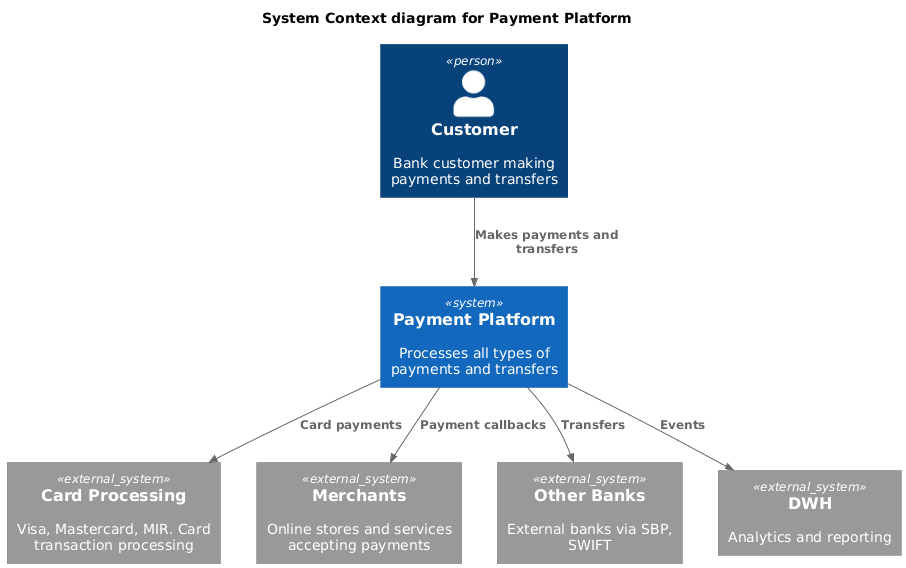
Before: diagrams/c4/c1.png, a diagram exported from PlantUML (krsvyat/system-design).
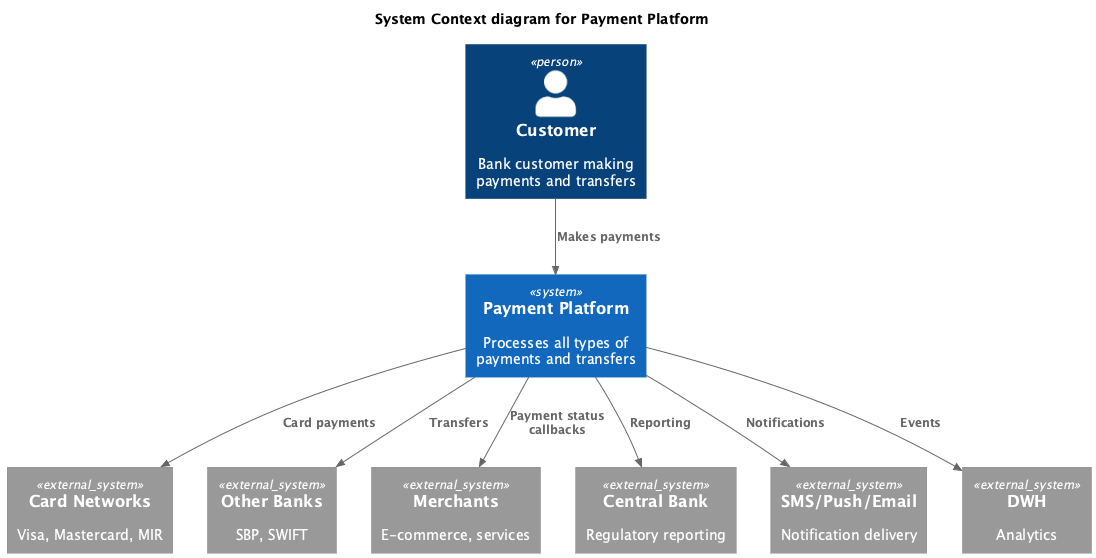
Later version of the same file.

The edit, as a diff of the source:
```diff
@@ -1,4 +1,4 @@
-@startuml
+@startuml c1
 !include https://raw.githubusercontent.com/plantuml-stdlib/C4-PlantUML/master/C4_Context.puml
 
 title System Context diagram for Payment Platform
@@ -7,14 +7,19 @@
 
 System(payment_platform, "Payment Platform", "Processes all types of payments and transfers")
 
-System_Ext(card_processing, "Card Processing", "Visa, Mastercard, MIR. Card transaction processing")
-System_Ext(merchants, "Merchants", "Online stores and services accepting payments")
-System_Ext(other_banks, "Other Banks", "External banks via SBP, SWIFT")
-System_Ext(dwh, "DWH", "Analytics and reporting")
+System_Ext(card_processing, "Card Networks", "Visa, Mastercard, MIR")
+System_Ext(other_banks, "Other Banks", "SBP, SWIFT")
+System_Ext(merchants, "Merchants", "E-commerce, services")
+System_Ext(central_bank, "Central Bank", "Regulatory reporting")
+System_Ext(notif_providers, "SMS/Push/Email", "Notification delivery")
+System_Ext(dwh, "DWH", "Analytics")
 
-Rel(customer, payment_platform, "Makes payments and transfers")
+Rel(customer, payment_platform, "Makes payments")
 Rel(payment_platform, card_processing, "Card payments")
-Rel(payment_platform, merchants, "Payment callbacks")
 Rel(payment_platform, other_banks, "Transfers")
+Rel(payment_platform, merchants, "Payment status callbacks")
+Rel(payment_platform, central_bank, "Reporting")
+Rel(payment_platform, notif_providers, "Notifications")
 Rel(payment_platform, dwh, "Events")
+
 @enduml
```
